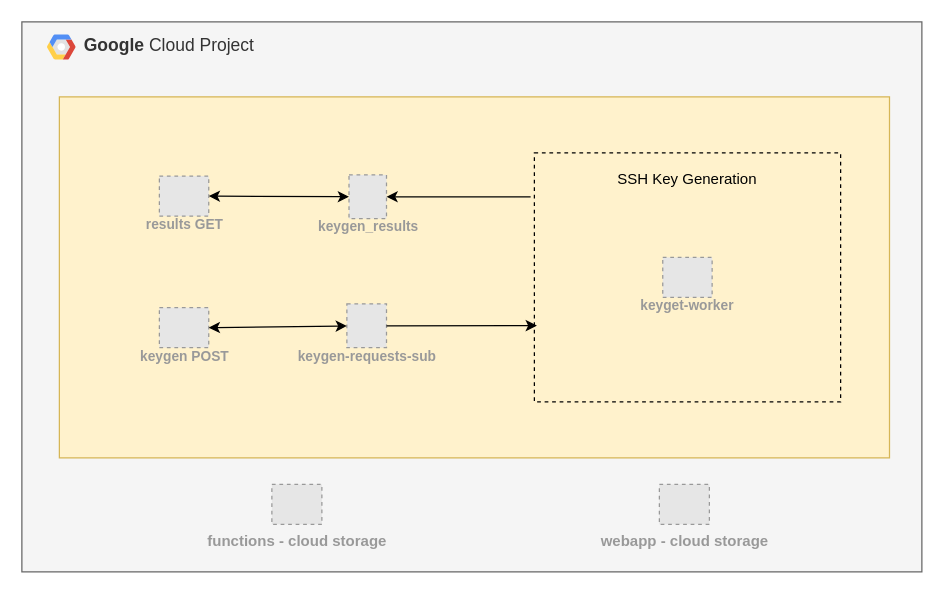
Above: gcp-pubsub.drawio in mamonaco1973/gcp-pubsub-keygen (draw.io), before the change. Source tidied: cells renumbered, new cells numbered last; positions are measured from the earlier drawing's top-left corner, leaving out a move shared by most shapes. Both pictures are drawn from the tidied source at 125%, with x=0, y=0 at pixel (21, 21). Pictures stored in the file or linked from it are replaced by grey dashed boxes.
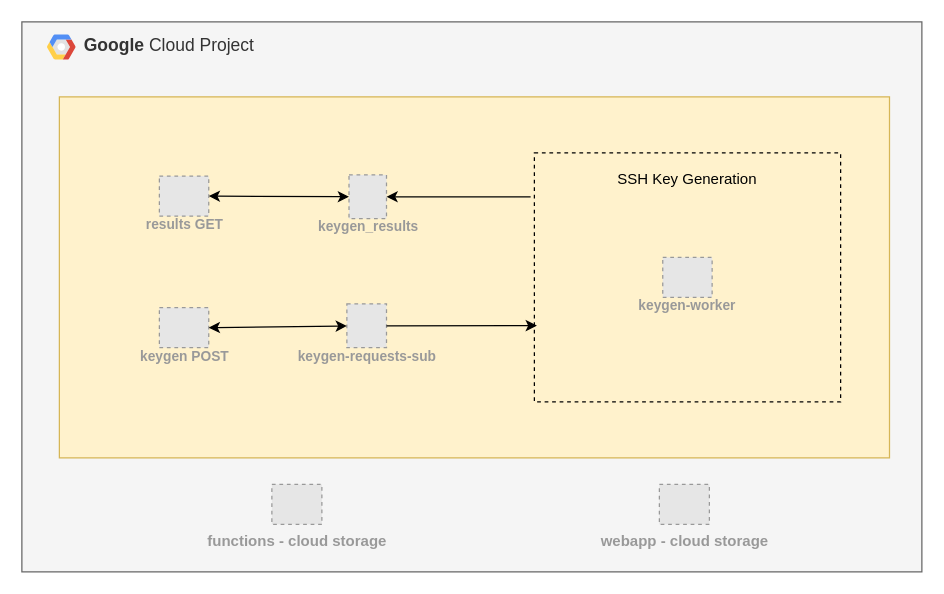
After the change.

Diff of the diagram source:
```diff
@@
 <mxGraphModel background="#ffffff">
   <root>
     <mxCell id="0" />
     <mxCell id="1" parent="0" />
     <mxCell id="2" value="&lt;b&gt;Google &lt;/b&gt;Cloud Project" style="fillColor=#f5f5f5;strokeColor=#666666;shadow=0;fontSize=14;align=left;spacing=10;9E9E9E;verticalAlign=top;spacingTop=-4;fontStyle=0;spacingLeft=40;html=1;fontColor=#333333;" parent="1" vertex="1">
       <mxGeometry width="720" height="440" as="geometry" />
     </mxCell>
     <mxCell id="3" style="shape=mxgraph.gcp2.google_cloud_platform;fillColor=#F6F6F6;strokeColor=none;shadow=0;gradientColor=none;" parent="2" vertex="1">
       <mxGeometry width="23" height="20" relative="1" as="geometry">
         <mxPoint x="20" y="10" as="offset" />
       </mxGeometry>
     </mxCell>
     <mxCell id="4" style="fillColor=#fff2cc;strokeColor=#d6b656;shadow=0;fontSize=14;align=left;spacing=10;9E9E9E;verticalAlign=top;spacingTop=5;fontStyle=0;spacingLeft=60;html=1;" parent="2" vertex="1">
       <mxGeometry x="30" y="60" width="664.1" height="288.8" as="geometry" />
     </mxCell>
     <mxCell id="5" value="results GET" style="fillColor=#E6E6E6;strokeColor=#999999;dashed=1;html=1;verticalAlign=top;labelPosition=center;verticalLabelPosition=bottom;align=center;spacingTop=-6;fontSize=11;fontStyle=1;fontColor=#999999;" parent="4" vertex="1">
       <mxGeometry x="80" y="63.4" width="39.5" height="32" as="geometry" />
     </mxCell>
     <mxCell id="6" value="keygen-requests-sub" style="fillColor=#E6E6E6;strokeColor=#999999;dashed=1;html=1;verticalAlign=top;labelPosition=center;verticalLabelPosition=bottom;align=center;spacingTop=-6;fontSize=11;fontStyle=1;fontColor=#999999;" parent="4" vertex="1">
       <mxGeometry x="230" y="165.6" width="31.7" height="35" as="geometry" />
     </mxCell>
     <mxCell id="7" value="keygen POST" style="fillColor=#E6E6E6;strokeColor=#999999;dashed=1;html=1;verticalAlign=top;labelPosition=center;verticalLabelPosition=bottom;align=center;spacingTop=-6;fontSize=11;fontStyle=1;fontColor=#999999;" parent="4" vertex="1">
       <mxGeometry x="80" y="168.6" width="39.5" height="32" as="geometry" />
     </mxCell>
     <mxCell id="8" value="keygen_results" style="fillColor=#E6E6E6;strokeColor=#999999;dashed=1;html=1;verticalAlign=top;labelPosition=center;verticalLabelPosition=bottom;align=center;spacingTop=-6;fontSize=11;fontStyle=1;fontColor=#999999;" parent="4" vertex="1">
       <mxGeometry x="231.7" y="62.4" width="30" height="35" as="geometry" />
     </mxCell>
     <mxCell id="9" value="SSH Key Generation" style="whiteSpace=wrap;html=1;rounded=0;fillColor=none;dashed=1;labelPosition=center;verticalLabelPosition=top;align=center;verticalAlign=bottom;spacingTop=11;spacing=-28;" parent="4" vertex="1">
       <mxGeometry x="380" y="44.8" width="245" height="199.2" as="geometry" />
     </mxCell>
-    <mxCell id="10" value="keyget-worker" style="fillColor=#E6E6E6;strokeColor=#999999;dashed=1;html=1;verticalAlign=top;labelPosition=center;verticalLabelPosition=bottom;align=center;spacingTop=-6;fontSize=11;fontStyle=1;fontColor=#999999;" parent="4" vertex="1">
+    <mxCell id="10" value="keygen-worker" style="fillColor=#E6E6E6;strokeColor=#999999;dashed=1;html=1;verticalAlign=top;labelPosition=center;verticalLabelPosition=bottom;align=center;spacingTop=-6;fontSize=11;fontStyle=1;fontColor=#999999;" parent="4" vertex="1">
       <mxGeometry x="482.7" y="128.4" width="39.5" height="32" as="geometry" />
     </mxCell>
     <mxCell id="11" style="endArrow=classic;startArrow=classic;html=1;rounded=0;exitX=1;exitY=0.5;exitDx=0;exitDy=0;" parent="4" edge="1" source="7" target="6">
       <mxGeometry relative="1" as="geometry" />
     </mxCell>
     <mxCell id="12" style="endArrow=classic;startArrow=classic;html=1;rounded=0;exitX=1;exitY=0.5;exitDx=0;exitDy=0;entryX=0;entryY=0.5;entryDx=0;entryDy=0;" parent="4" edge="1" source="5" target="8">
       <mxGeometry relative="1" as="geometry" />
     </mxCell>
     <mxCell id="13" style="endArrow=classic;html=1;rounded=0;exitX=1;exitY=0.5;exitDx=0;exitDy=0;" parent="4" edge="1" source="6">
       <mxGeometry relative="1" as="geometry">
         <mxPoint x="382" y="183" as="targetPoint" />
       </mxGeometry>
     </mxCell>
     <mxCell id="14" style="endArrow=classic;html=1;rounded=0;entryX=1;entryY=0.5;entryDx=0;entryDy=0;" parent="4" edge="1" target="8">
       <mxGeometry relative="1" as="geometry">
         <mxPoint x="377" y="80" as="sourcePoint" />
       </mxGeometry>
     </mxCell>
     <mxCell id="15" value="functions - cloud storage" style="fillColor=#E6E6E6;strokeColor=#999999;dashed=1;html=1;verticalLabelPosition=bottom;labelBackgroundColor=none;verticalAlign=top;fontStyle=1;fontColor=light-dark(#999999, #ededed);" parent="2" vertex="1">
       <mxGeometry x="200" y="370" width="40" height="32" as="geometry" />
     </mxCell>
     <mxCell id="16" value="webapp - cloud storage" style="fillColor=#E6E6E6;strokeColor=#999999;dashed=1;html=1;verticalLabelPosition=bottom;labelBackgroundColor=none;verticalAlign=top;fontStyle=1;fontColor=light-dark(#999999, #ededed);" parent="2" vertex="1">
       <mxGeometry x="510" y="370" width="40" height="32" as="geometry" />
     </mxCell>
   </root>
 </mxGraphModel>
```
